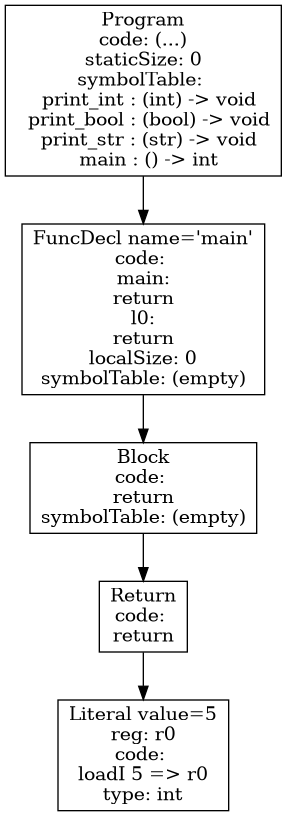
atrim11/CS432 keeps this Graphviz diagram as p4-codegen/iloc-tree.png. Above is the earlier version. Its source is kept beside it as p4-codegen/iloc-tree.dot. Its diagram source:
```dot
digraph AST {
4 [shape=box, label="Literal value=5\nreg: r0\ncode: \nloadI 5 => r0\ntype: int"];
3 [shape=box, label="Return\ncode: \nreturn"];
3 -> 4;
2 [shape=box, label="Block\ncode: \nreturn\nsymbolTable: (empty)"];
2 -> 3;
1 [shape=box, label="FuncDecl name='main'\ncode: \nmain:\nreturn\nl0:\nreturn\nlocalSize: 0\nsymbolTable: (empty)"];
1 -> 2;
0 [shape=box, label="Program\ncode: (...)\nstaticSize: 0\nsymbolTable: \n  print_int : (int) -> void\n  print_bool : (bool) -> void\n  print_str : (str) -> void\n  main : () -> int"];
0 -> 1;
}
```
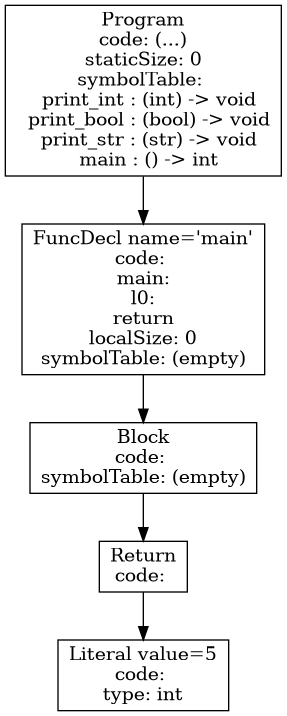
The same file after the commit.

Change to the diagram source:
```diff
@@ -1,10 +1,10 @@
 digraph AST {
-4 [shape=box, label="Literal value=5\nreg: r0\ncode: \nloadI 5 => r0\ntype: int"];
-3 [shape=box, label="Return\ncode: \nreturn"];
+4 [shape=box, label="Literal value=5\ncode: \ntype: int"];
+3 [shape=box, label="Return\ncode: "];
 3 -> 4;
-2 [shape=box, label="Block\ncode: \nreturn\nsymbolTable: (empty)"];
+2 [shape=box, label="Block\ncode: \nsymbolTable: (empty)"];
 2 -> 3;
-1 [shape=box, label="FuncDecl name='main'\ncode: \nmain:\nreturn\nl0:\nreturn\nlocalSize: 0\nsymbolTable: (empty)"];
+1 [shape=box, label="FuncDecl name='main'\ncode: \nmain:\nl0:\nreturn\nlocalSize: 0\nsymbolTable: (empty)"];
 1 -> 2;
 0 [shape=box, label="Program\ncode: (...)\nstaticSize: 0\nsymbolTable: \n  print_int : (int) -> void\n  print_bool : (bool) -> void\n  print_str : (str) -> void\n  main : () -> int"];
 0 -> 1;
```
